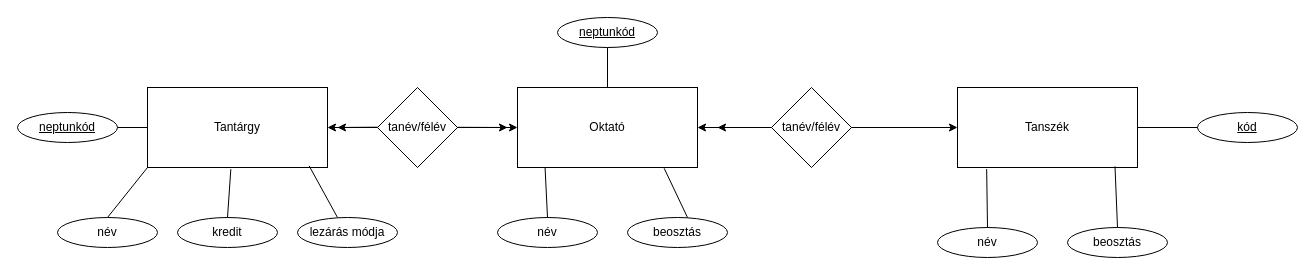
Earlier version of the draw.io diagram CDNII6_1008/CDNII6_4.4.drawio (EOliver2024/CDNII6GtkDb). Source tidied: cells renumbered, new cells numbered last; positions are measured from the earlier drawing's top-left corner, leaving out a move shared by most shapes. Both pictures are drawn from the tidied source at 100%, with x=0, y=0 at pixel (17, 17).
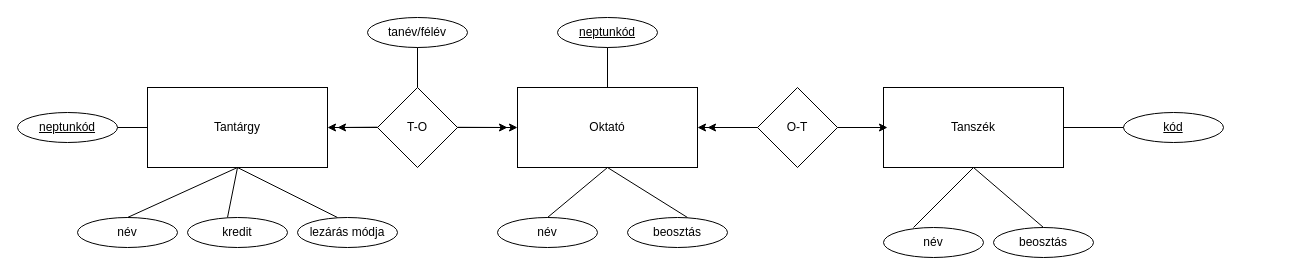
After the change.

The change refers to these unchanged cells:
```xml
<mxCell id="2" value="Oktató" style="rounded=0;whiteSpace=wrap;html=1;" parent="1" vertex="1">
  <mxGeometry x="500" y="70" width="180" height="80" as="geometry" />
</mxCell>
<mxCell id="19" value="Tantárgy" style="rounded=0;whiteSpace=wrap;html=1;" parent="1" vertex="1">
  <mxGeometry x="130" y="70" width="180" height="80" as="geometry" />
</mxCell>
<mxCell id="27" value="lezárás módja" style="ellipse;whiteSpace=wrap;html=1;" parent="1" vertex="1">
  <mxGeometry x="280" y="200" width="100" height="30" as="geometry" />
</mxCell>
```

Change to the diagram source:
```diff
@@
     <mxCell id="3" value="Tanszék" style="rounded=0;whiteSpace=wrap;html=1;" parent="1" vertex="1">
-      <mxGeometry x="940" y="70" width="180" height="80" as="geometry" />
+      <mxGeometry x="866" y="70" width="180" height="80" as="geometry" />
     </mxCell>
-    <mxCell id="4" value="tanév/félév" style="rhombus;whiteSpace=wrap;html=1;" parent="1" vertex="1">
-      <mxGeometry x="754" y="70" width="80" height="80" as="geometry" />
+    <mxCell id="4" value="O-T" style="rhombus;whiteSpace=wrap;html=1;" parent="1" vertex="1">
+      <mxGeometry x="740" y="70" width="80" height="80" as="geometry" />
     </mxCell>
-    <mxCell id="5" style="endArrow=classic;html=1;rounded=0;entryX=0;entryY=0.5;entryDx=0;entryDy=0;" parent="1" edge="1" target="3">
+    <mxCell id="5" style="endArrow=classic;html=1;rounded=0;" parent="1" edge="1">
       <mxGeometry relative="1" as="geometry">
-        <mxPoint x="834" y="110" as="sourcePoint" />
+        <mxPoint x="820" y="110" as="sourcePoint" />
+        <mxPoint x="870" y="110" as="targetPoint" />
       </mxGeometry>
     </mxCell>
     <mxCell id="6" style="endArrow=classic;html=1;rounded=0;entryX=1;entryY=0.5;entryDx=0;entryDy=0;" parent="1" edge="1" target="2">
       <mxGeometry relative="1" as="geometry">
-        <mxPoint x="754" y="110" as="sourcePoint" />
+        <mxPoint x="740" y="110" as="sourcePoint" />
       </mxGeometry>
     </mxCell>
     <mxCell id="7" style="endArrow=classic;html=1;rounded=0;" parent="1" edge="1">
       <mxGeometry relative="1" as="geometry">
-        <mxPoint x="750" y="110" as="sourcePoint" />
-        <mxPoint x="700" y="110" as="targetPoint" />
+        <mxPoint x="740" y="110" as="sourcePoint" />
+        <mxPoint x="690" y="110" as="targetPoint" />
       </mxGeometry>
     </mxCell>
@@
     <mxCell id="11" value="&lt;u&gt;kód&lt;/u&gt;" style="ellipse;whiteSpace=wrap;html=1;" parent="1" vertex="1">
-      <mxGeometry x="1180" y="95" width="100" height="30" as="geometry" />
+      <mxGeometry x="1106" y="95" width="100" height="30" as="geometry" />
     </mxCell>
     <mxCell id="12" value="beosztás" style="ellipse;whiteSpace=wrap;html=1;" parent="1" vertex="1">
-      <mxGeometry x="1050" y="210" width="100" height="30" as="geometry" />
+      <mxGeometry x="976" y="210" width="100" height="30" as="geometry" />
     </mxCell>
     <mxCell id="13" value="név" style="ellipse;whiteSpace=wrap;html=1;" parent="1" vertex="1">
-      <mxGeometry x="920" y="210" width="100" height="30" as="geometry" />
+      <mxGeometry x="866" y="210" width="100" height="30" as="geometry" />
     </mxCell>
@@
-    <mxCell id="15" style="endArrow=none;html=1;rounded=0;entryX=0.153;entryY=0.993;entryDx=0;entryDy=0;entryPerimeter=0;" parent="1" edge="1" target="2">
+    <mxCell id="15" style="endArrow=none;html=1;rounded=0;entryX=0.5;entryY=1;entryDx=0;entryDy=0;" parent="1" edge="1" target="2">
       <mxGeometry relative="1" as="geometry">
         <mxPoint x="530" y="200" as="sourcePoint" />
       </mxGeometry>
     </mxCell>
-    <mxCell id="16" style="endArrow=none;html=1;rounded=0;entryX=0.815;entryY=1.01;entryDx=0;entryDy=0;entryPerimeter=0;" parent="1" edge="1" target="2">
+    <mxCell id="16" style="endArrow=none;html=1;rounded=0;entryX=0.5;entryY=1;entryDx=0;entryDy=0;" parent="1" edge="1" target="2">
       <mxGeometry relative="1" as="geometry">
         <mxPoint x="670" y="200" as="sourcePoint" />
       </mxGeometry>
     </mxCell>
@@
-    <mxCell id="18" style="endArrow=none;html=1;rounded=0;entryX=0.875;entryY=0.986;entryDx=0;entryDy=0;entryPerimeter=0;" parent="1" edge="1" target="3">
+    <mxCell id="18" style="endArrow=none;html=1;rounded=0;" parent="1" edge="1">
       <mxGeometry relative="1" as="geometry">
-        <mxPoint x="1100" y="210" as="sourcePoint" />
+        <mxPoint x="1026" y="210" as="sourcePoint" />
+        <mxPoint x="956" y="150" as="targetPoint" />
       </mxGeometry>
     </mxCell>
@@
-    <mxCell id="20" value="tanév/félév" style="rhombus;whiteSpace=wrap;html=1;" parent="1" vertex="1">
+    <mxCell id="20" value="T-O" style="rhombus;whiteSpace=wrap;html=1;" parent="1" vertex="1">
       <mxGeometry x="360" y="70" width="80" height="80" as="geometry" />
     </mxCell>
@@
     <mxCell id="25" value="név" style="ellipse;whiteSpace=wrap;html=1;" parent="1" vertex="1">
-      <mxGeometry x="40" y="200" width="100" height="30" as="geometry" />
+      <mxGeometry x="60" y="200" width="100" height="30" as="geometry" />
     </mxCell>
     <mxCell id="26" value="kredit" style="ellipse;whiteSpace=wrap;html=1;" parent="1" vertex="1">
-      <mxGeometry x="160" y="200" width="100" height="30" as="geometry" />
+      <mxGeometry x="170" y="200" width="100" height="30" as="geometry" />
     </mxCell>
@@
-    <mxCell id="28" style="endArrow=none;html=1;rounded=0;entryX=0;entryY=1;entryDx=0;entryDy=0;exitX=0.5;exitY=0;exitDx=0;exitDy=0;" parent="1" edge="1" source="25" target="19">
+    <mxCell id="28" style="endArrow=none;html=1;rounded=0;entryX=0.5;entryY=1;entryDx=0;entryDy=0;exitX=0.5;exitY=0;exitDx=0;exitDy=0;" parent="1" edge="1" source="25" target="19">
       <mxGeometry relative="1" as="geometry" />
     </mxCell>
-    <mxCell id="29" style="endArrow=none;html=1;rounded=0;entryX=0.463;entryY=1.021;entryDx=0;entryDy=0;entryPerimeter=0;" parent="1" edge="1" target="19">
+    <mxCell id="29" style="endArrow=none;html=1;rounded=0;" parent="1" edge="1">
       <mxGeometry relative="1" as="geometry">
         <mxPoint x="210" y="200" as="sourcePoint" />
+        <mxPoint x="220" y="150" as="targetPoint" />
       </mxGeometry>
     </mxCell>
-    <mxCell id="30" style="endArrow=none;html=1;rounded=0;entryX=0.898;entryY=0.979;entryDx=0;entryDy=0;entryPerimeter=0;exitX=0.4;exitY=0;exitDx=0;exitDy=0;exitPerimeter=0;" parent="1" edge="1" source="27" target="19">
+    <mxCell id="30" style="endArrow=none;html=1;rounded=0;entryX=0.5;entryY=1;entryDx=0;entryDy=0;exitX=0.4;exitY=0;exitDx=0;exitDy=0;exitPerimeter=0;" parent="1" edge="1" source="27" target="19">
       <mxGeometry relative="1" as="geometry" />
     </mxCell>
@@
-    <mxCell id="33" style="endArrow=none;html=1;rounded=0;entryX=0.162;entryY=1.02;entryDx=0;entryDy=0;entryPerimeter=0;" parent="1" edge="1" target="3">
+    <mxCell id="33" style="endArrow=none;html=1;rounded=0;entryX=0.5;entryY=1;entryDx=0;entryDy=0;" parent="1" edge="1" target="3">
       <mxGeometry relative="1" as="geometry">
-        <mxPoint x="970" y="210" as="sourcePoint" />
+        <mxPoint x="896" y="210" as="sourcePoint" />
       </mxGeometry>
     </mxCell>
+    <mxCell id="34" value="tanév/félév" style="ellipse;whiteSpace=wrap;html=1;" parent="1" vertex="1">
+      <mxGeometry x="350" width="100" height="30" as="geometry" />
+    </mxCell>
+    <mxCell id="35" style="endArrow=none;html=1;rounded=0;exitX=0.5;exitY=0;exitDx=0;exitDy=0;" parent="1" edge="1" source="20">
+      <mxGeometry relative="1" as="geometry">
+        <mxPoint x="400" y="30" as="targetPoint" />
+      </mxGeometry>
+    </mxCell>
```
